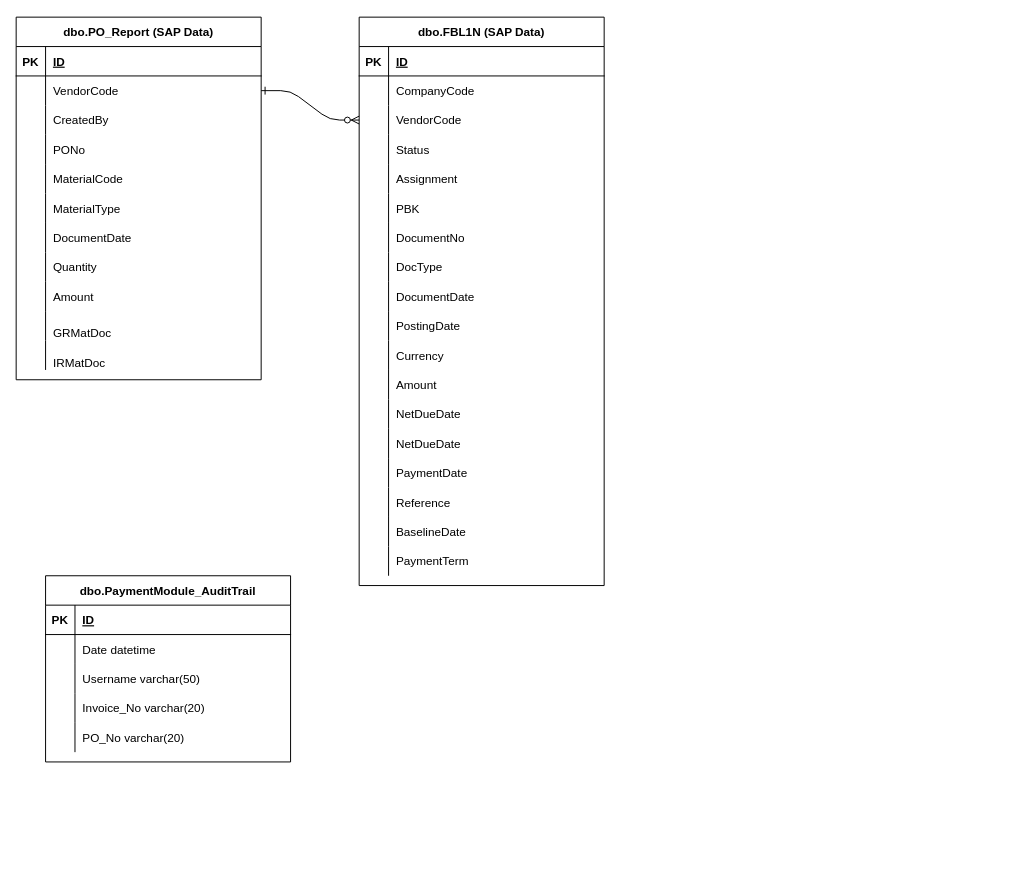
Earlier version of the draw.io diagram Untitled Diagram.drawio (Royet07/Ajax-CRUD-Snippet). Source tidied: cells renumbered, new cells numbered last; positions are measured from the earlier drawing's top-left corner, leaving out a move shared by most shapes. Both pictures are drawn from the tidied source at 98%, with x=0, y=0 at pixel (16, 17).
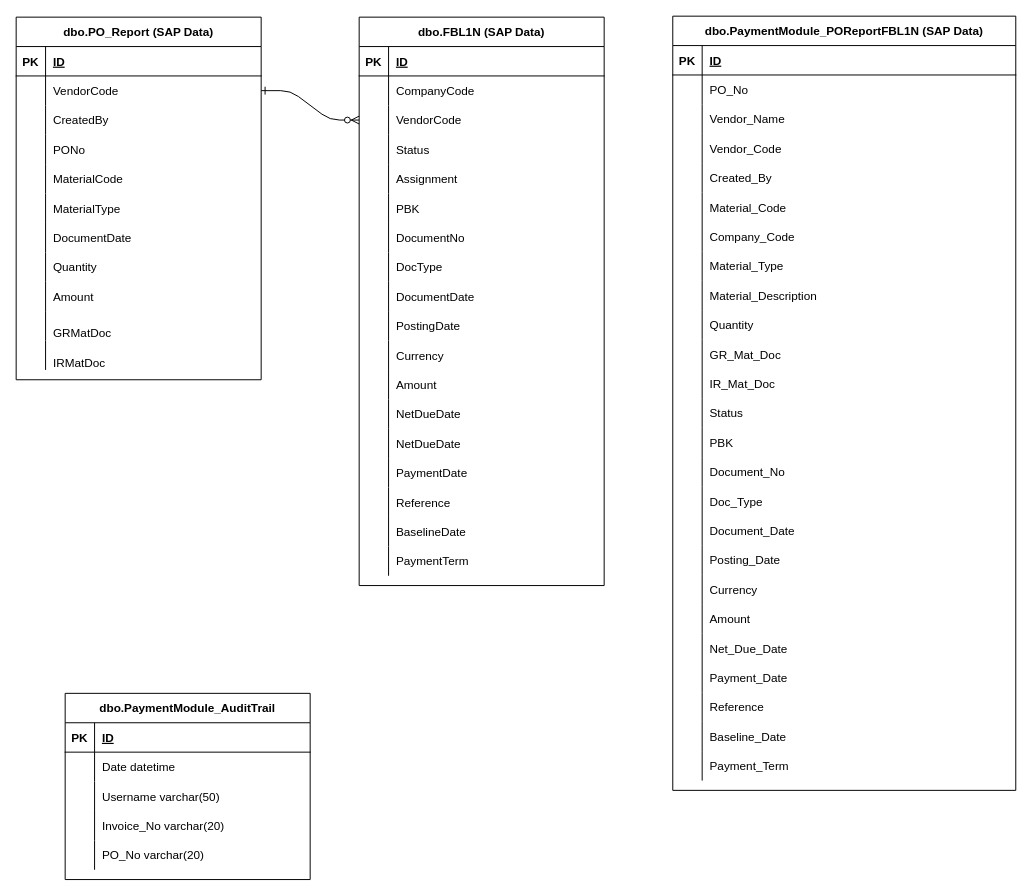
Above is the later version.

What changed in the source:
```diff
@@
     <mxCell id="2" value="dbo.PaymentModule_AuditTrail" style="shape=table;startSize=30;childLayout=tableLayout;rowLines=0;fontStyle=1;align=center;" parent="1" vertex="1">
-      <mxGeometry x="30" y="570" width="250" height="190" as="geometry" />
+      <mxGeometry x="50" y="690" width="250" height="190" as="geometry" />
     </mxCell>
@@
+    <mxCell id="108" value="dbo.PaymentModule_POReportFBL1N (SAP Data)" style="shape=table;startSize=30;childLayout=tableLayout;rowLines=0;fontStyle=1;align=center;" parent="1" vertex="1">
+      <mxGeometry x="670" y="-1" width="350" height="790" as="geometry" />
+    </mxCell>
+    <mxCell id="109" style="shape=partialRectangle;fillColor=none;top=0;left=0;right=0;bottom=1;" parent="108" vertex="1">
+      <mxGeometry y="30" width="350" height="30" as="geometry" />
+    </mxCell>
+    <mxCell id="110" value="PK" style="shape=partialRectangle;overflow=hidden;fillColor=none;top=0;left=0;bottom=0;right=0;fontStyle=1;" parent="109" vertex="1">
+      <mxGeometry width="30" height="30" as="geometry" />
+    </mxCell>
+    <mxCell id="111" value="ID" style="shape=partialRectangle;overflow=hidden;fillColor=none;top=0;left=0;bottom=0;right=0;align=left;spacingLeft=6;fontStyle=5;" parent="109" vertex="1">
+      <mxGeometry x="30" width="320" height="30" as="geometry" />
+    </mxCell>
+    <mxCell id="112" style="shape=partialRectangle;fillColor=none;top=0;left=0;right=0;bottom=0;" parent="108" vertex="1">
+      <mxGeometry y="60" width="350" height="30" as="geometry" />
+    </mxCell>
+    <mxCell id="113" style="shape=partialRectangle;overflow=hidden;fillColor=none;top=0;left=0;bottom=0;right=0;" parent="112" vertex="1">
+      <mxGeometry width="30" height="30" as="geometry" />
+    </mxCell>
+    <mxCell id="114" value="PO_No" style="shape=partialRectangle;overflow=hidden;fillColor=none;top=0;left=0;bottom=0;right=0;align=left;spacingLeft=6;" parent="112" vertex="1">
+      <mxGeometry x="30" width="320" height="30" as="geometry" />
+    </mxCell>
+    <mxCell id="115" style="shape=partialRectangle;fillColor=none;top=0;left=0;right=0;bottom=0;" parent="108" vertex="1">
+      <mxGeometry y="90" width="350" height="30" as="geometry" />
+    </mxCell>
+    <mxCell id="116" style="shape=partialRectangle;overflow=hidden;fillColor=none;top=0;left=0;bottom=0;right=0;" parent="115" vertex="1">
+      <mxGeometry width="30" height="30" as="geometry" />
+    </mxCell>
+    <mxCell id="117" value="Vendor_Name" style="shape=partialRectangle;overflow=hidden;fillColor=none;top=0;left=0;bottom=0;right=0;align=left;spacingLeft=6;" parent="115" vertex="1">
+      <mxGeometry x="30" width="320" height="30" as="geometry" />
+    </mxCell>
+    <mxCell id="118" style="shape=partialRectangle;fillColor=none;top=0;left=0;right=0;bottom=0;" parent="108" vertex="1">
+      <mxGeometry y="120" width="350" height="30" as="geometry" />
+    </mxCell>
+    <mxCell id="119" style="shape=partialRectangle;overflow=hidden;fillColor=none;top=0;left=0;bottom=0;right=0;" parent="118" vertex="1">
+      <mxGeometry width="30" height="30" as="geometry" />
+    </mxCell>
+    <mxCell id="120" value="Vendor_Code" style="shape=partialRectangle;overflow=hidden;fillColor=none;top=0;left=0;bottom=0;right=0;align=left;spacingLeft=6;" parent="118" vertex="1">
+      <mxGeometry x="30" width="320" height="30" as="geometry" />
+    </mxCell>
+    <mxCell id="121" style="shape=partialRectangle;fillColor=none;top=0;left=0;right=0;bottom=0;" parent="108" vertex="1">
+      <mxGeometry y="150" width="350" height="30" as="geometry" />
+    </mxCell>
+    <mxCell id="122" style="shape=partialRectangle;overflow=hidden;fillColor=none;top=0;left=0;bottom=0;right=0;" parent="121" vertex="1">
+      <mxGeometry width="30" height="30" as="geometry" />
+    </mxCell>
+    <mxCell id="123" value="Created_By" style="shape=partialRectangle;overflow=hidden;fillColor=none;top=0;left=0;bottom=0;right=0;align=left;spacingLeft=6;" parent="121" vertex="1">
+      <mxGeometry x="30" width="320" height="30" as="geometry" />
+    </mxCell>
+    <mxCell id="124" style="shape=partialRectangle;fillColor=none;top=0;left=0;right=0;bottom=0;" parent="108" vertex="1">
+      <mxGeometry y="180" width="350" height="30" as="geometry" />
+    </mxCell>
+    <mxCell id="125" style="shape=partialRectangle;overflow=hidden;fillColor=none;top=0;left=0;bottom=0;right=0;" parent="124" vertex="1">
+      <mxGeometry width="30" height="30" as="geometry" />
+    </mxCell>
+    <mxCell id="126" value="Material_Code" style="shape=partialRectangle;overflow=hidden;fillColor=none;top=0;left=0;bottom=0;right=0;align=left;spacingLeft=6;" parent="124" vertex="1">
+      <mxGeometry x="30" width="320" height="30" as="geometry" />
+    </mxCell>
+    <mxCell id="127" style="shape=partialRectangle;fillColor=none;top=0;left=0;right=0;bottom=0;" parent="108" vertex="1">
+      <mxGeometry y="210" width="350" height="30" as="geometry" />
+    </mxCell>
+    <mxCell id="128" style="shape=partialRectangle;overflow=hidden;fillColor=none;top=0;left=0;bottom=0;right=0;" parent="127" vertex="1">
+      <mxGeometry width="30" height="30" as="geometry" />
+    </mxCell>
+    <mxCell id="129" value="Company_Code" style="shape=partialRectangle;overflow=hidden;fillColor=none;top=0;left=0;bottom=0;right=0;align=left;spacingLeft=6;" parent="127" vertex="1">
+      <mxGeometry x="30" width="320" height="30" as="geometry" />
+    </mxCell>
+    <mxCell id="130" style="shape=partialRectangle;fillColor=none;top=0;left=0;right=0;bottom=0;" parent="108" vertex="1">
+      <mxGeometry y="240" width="350" height="30" as="geometry" />
+    </mxCell>
+    <mxCell id="131" style="shape=partialRectangle;overflow=hidden;fillColor=none;top=0;left=0;bottom=0;right=0;" parent="130" vertex="1">
+      <mxGeometry width="30" height="30" as="geometry" />
+    </mxCell>
+    <mxCell id="132" value="Material_Type" style="shape=partialRectangle;overflow=hidden;fillColor=none;top=0;left=0;bottom=0;right=0;align=left;spacingLeft=6;" parent="130" vertex="1">
+      <mxGeometry x="30" width="320" height="30" as="geometry" />
+    </mxCell>
+    <mxCell id="133" style="shape=partialRectangle;fillColor=none;top=0;left=0;right=0;bottom=0;" parent="108" vertex="1">
+      <mxGeometry y="270" width="350" height="30" as="geometry" />
+    </mxCell>
+    <mxCell id="134" style="shape=partialRectangle;overflow=hidden;fillColor=none;top=0;left=0;bottom=0;right=0;" parent="133" vertex="1">
+      <mxGeometry width="30" height="30" as="geometry" />
+    </mxCell>
+    <mxCell id="135" value="Material_Description" style="shape=partialRectangle;overflow=hidden;fillColor=none;top=0;left=0;bottom=0;right=0;align=left;spacingLeft=6;" parent="133" vertex="1">
+      <mxGeometry x="30" width="320" height="30" as="geometry" />
+    </mxCell>
+    <mxCell id="136" style="shape=partialRectangle;fillColor=none;top=0;left=0;right=0;bottom=0;" parent="108" vertex="1">
+      <mxGeometry y="300" width="350" height="30" as="geometry" />
+    </mxCell>
+    <mxCell id="137" style="shape=partialRectangle;overflow=hidden;fillColor=none;top=0;left=0;bottom=0;right=0;" parent="136" vertex="1">
+      <mxGeometry width="30" height="30" as="geometry" />
+    </mxCell>
+    <mxCell id="138" value="Quantity" style="shape=partialRectangle;overflow=hidden;fillColor=none;top=0;left=0;bottom=0;right=0;align=left;spacingLeft=6;" parent="136" vertex="1">
+      <mxGeometry x="30" width="320" height="30" as="geometry" />
+    </mxCell>
+    <mxCell id="139" style="shape=partialRectangle;fillColor=none;top=0;left=0;right=0;bottom=0;" parent="108" vertex="1">
+      <mxGeometry y="330" width="350" height="30" as="geometry" />
+    </mxCell>
+    <mxCell id="140" style="shape=partialRectangle;overflow=hidden;fillColor=none;top=0;left=0;bottom=0;right=0;" parent="139" vertex="1">
+      <mxGeometry width="30" height="30" as="geometry" />
+    </mxCell>
+    <mxCell id="141" value="GR_Mat_Doc" style="shape=partialRectangle;overflow=hidden;fillColor=none;top=0;left=0;bottom=0;right=0;align=left;spacingLeft=6;" parent="139" vertex="1">
+      <mxGeometry x="30" width="320" height="30" as="geometry" />
+    </mxCell>
+    <mxCell id="142" style="shape=partialRectangle;fillColor=none;top=0;left=0;right=0;bottom=0;" parent="108" vertex="1">
+      <mxGeometry y="360" width="350" height="30" as="geometry" />
+    </mxCell>
+    <mxCell id="143" style="shape=partialRectangle;overflow=hidden;fillColor=none;top=0;left=0;bottom=0;right=0;" parent="142" vertex="1">
+      <mxGeometry width="30" height="30" as="geometry" />
+    </mxCell>
+    <mxCell id="144" value="IR_Mat_Doc" style="shape=partialRectangle;overflow=hidden;fillColor=none;top=0;left=0;bottom=0;right=0;align=left;spacingLeft=6;" parent="142" vertex="1">
+      <mxGeometry x="30" width="320" height="30" as="geometry" />
+    </mxCell>
+    <mxCell id="145" style="shape=partialRectangle;fillColor=none;top=0;left=0;right=0;bottom=0;" parent="108" vertex="1">
+      <mxGeometry y="390" width="350" height="30" as="geometry" />
+    </mxCell>
+    <mxCell id="146" style="shape=partialRectangle;overflow=hidden;fillColor=none;top=0;left=0;bottom=0;right=0;" parent="145" vertex="1">
+      <mxGeometry width="30" height="30" as="geometry" />
+    </mxCell>
+    <mxCell id="147" value="Status" style="shape=partialRectangle;overflow=hidden;fillColor=none;top=0;left=0;bottom=0;right=0;align=left;spacingLeft=6;" parent="145" vertex="1">
+      <mxGeometry x="30" width="320" height="30" as="geometry" />
+    </mxCell>
+    <mxCell id="148" style="shape=partialRectangle;fillColor=none;top=0;left=0;right=0;bottom=0;" parent="108" vertex="1">
+      <mxGeometry y="420" width="350" height="30" as="geometry" />
+    </mxCell>
+    <mxCell id="149" style="shape=partialRectangle;overflow=hidden;fillColor=none;top=0;left=0;bottom=0;right=0;" parent="148" vertex="1">
+      <mxGeometry width="30" height="30" as="geometry" />
+    </mxCell>
+    <mxCell id="150" value="PBK" style="shape=partialRectangle;overflow=hidden;fillColor=none;top=0;left=0;bottom=0;right=0;align=left;spacingLeft=6;" parent="148" vertex="1">
+      <mxGeometry x="30" width="320" height="30" as="geometry" />
+    </mxCell>
+    <mxCell id="151" style="shape=partialRectangle;fillColor=none;top=0;left=0;right=0;bottom=0;" parent="108" vertex="1">
+      <mxGeometry y="450" width="350" height="30" as="geometry" />
+    </mxCell>
+    <mxCell id="152" style="shape=partialRectangle;overflow=hidden;fillColor=none;top=0;left=0;bottom=0;right=0;" parent="151" vertex="1">
+      <mxGeometry width="30" height="30" as="geometry" />
+    </mxCell>
+    <mxCell id="153" value="Document_No" style="shape=partialRectangle;overflow=hidden;fillColor=none;top=0;left=0;bottom=0;right=0;align=left;spacingLeft=6;" parent="151" vertex="1">
+      <mxGeometry x="30" width="320" height="30" as="geometry" />
+    </mxCell>
+    <mxCell id="154" style="shape=partialRectangle;fillColor=none;top=0;left=0;right=0;bottom=0;" parent="108" vertex="1">
+      <mxGeometry y="480" width="350" height="30" as="geometry" />
+    </mxCell>
+    <mxCell id="155" style="shape=partialRectangle;overflow=hidden;fillColor=none;top=0;left=0;bottom=0;right=0;" parent="154" vertex="1">
+      <mxGeometry width="30" height="30" as="geometry" />
+    </mxCell>
+    <mxCell id="156" value="Doc_Type" style="shape=partialRectangle;overflow=hidden;fillColor=none;top=0;left=0;bottom=0;right=0;align=left;spacingLeft=6;" parent="154" vertex="1">
+      <mxGeometry x="30" width="320" height="30" as="geometry" />
+    </mxCell>
+    <mxCell id="157" style="shape=partialRectangle;fillColor=none;top=0;left=0;right=0;bottom=0;" parent="108" vertex="1">
+      <mxGeometry y="510" width="350" height="30" as="geometry" />
+    </mxCell>
+    <mxCell id="158" style="shape=partialRectangle;overflow=hidden;fillColor=none;top=0;left=0;bottom=0;right=0;" parent="157" vertex="1">
+      <mxGeometry width="30" height="30" as="geometry" />
+    </mxCell>
+    <mxCell id="159" value="Document_Date" style="shape=partialRectangle;overflow=hidden;fillColor=none;top=0;left=0;bottom=0;right=0;align=left;spacingLeft=6;" parent="157" vertex="1">
+      <mxGeometry x="30" width="320" height="30" as="geometry" />
+    </mxCell>
+    <mxCell id="160" style="shape=partialRectangle;fillColor=none;top=0;left=0;right=0;bottom=0;" parent="108" vertex="1">
+      <mxGeometry y="540" width="350" height="30" as="geometry" />
+    </mxCell>
+    <mxCell id="161" style="shape=partialRectangle;overflow=hidden;fillColor=none;top=0;left=0;bottom=0;right=0;" parent="160" vertex="1">
+      <mxGeometry width="30" height="30" as="geometry" />
+    </mxCell>
+    <mxCell id="162" value="Posting_Date" style="shape=partialRectangle;overflow=hidden;fillColor=none;top=0;left=0;bottom=0;right=0;align=left;spacingLeft=6;" parent="160" vertex="1">
+      <mxGeometry x="30" width="320" height="30" as="geometry" />
+    </mxCell>
+    <mxCell id="163" style="shape=partialRectangle;fillColor=none;top=0;left=0;right=0;bottom=0;" parent="108" vertex="1">
+      <mxGeometry y="570" width="350" height="30" as="geometry" />
+    </mxCell>
+    <mxCell id="164" style="shape=partialRectangle;overflow=hidden;fillColor=none;top=0;left=0;bottom=0;right=0;" parent="163" vertex="1">
+      <mxGeometry width="30" height="30" as="geometry" />
+    </mxCell>
+    <mxCell id="165" value="Currency" style="shape=partialRectangle;overflow=hidden;fillColor=none;top=0;left=0;bottom=0;right=0;align=left;spacingLeft=6;" parent="163" vertex="1">
+      <mxGeometry x="30" width="320" height="30" as="geometry" />
+    </mxCell>
+    <mxCell id="166" style="shape=partialRectangle;fillColor=none;top=0;left=0;right=0;bottom=0;" parent="108" vertex="1">
+      <mxGeometry y="600" width="350" height="30" as="geometry" />
+    </mxCell>
+    <mxCell id="167" style="shape=partialRectangle;overflow=hidden;fillColor=none;top=0;left=0;bottom=0;right=0;" parent="166" vertex="1">
+      <mxGeometry width="30" height="30" as="geometry" />
+    </mxCell>
+    <mxCell id="168" value="Amount" style="shape=partialRectangle;overflow=hidden;fillColor=none;top=0;left=0;bottom=0;right=0;align=left;spacingLeft=6;" parent="166" vertex="1">
+      <mxGeometry x="30" width="320" height="30" as="geometry" />
+    </mxCell>
+    <mxCell id="169" style="shape=partialRectangle;fillColor=none;top=0;left=0;right=0;bottom=0;" parent="108" vertex="1">
+      <mxGeometry y="630" width="350" height="30" as="geometry" />
+    </mxCell>
+    <mxCell id="170" style="shape=partialRectangle;overflow=hidden;fillColor=none;top=0;left=0;bottom=0;right=0;" parent="169" vertex="1">
+      <mxGeometry width="30" height="30" as="geometry" />
+    </mxCell>
+    <mxCell id="171" value="Net_Due_Date" style="shape=partialRectangle;overflow=hidden;fillColor=none;top=0;left=0;bottom=0;right=0;align=left;spacingLeft=6;" parent="169" vertex="1">
+      <mxGeometry x="30" width="320" height="30" as="geometry" />
+    </mxCell>
+    <mxCell id="172" style="shape=partialRectangle;fillColor=none;top=0;left=0;right=0;bottom=0;" parent="108" vertex="1">
+      <mxGeometry y="660" width="350" height="30" as="geometry" />
+    </mxCell>
+    <mxCell id="173" style="shape=partialRectangle;overflow=hidden;fillColor=none;top=0;left=0;bottom=0;right=0;" parent="172" vertex="1">
+      <mxGeometry width="30" height="30" as="geometry" />
+    </mxCell>
+    <mxCell id="174" value="Payment_Date" style="shape=partialRectangle;overflow=hidden;fillColor=none;top=0;left=0;bottom=0;right=0;align=left;spacingLeft=6;" parent="172" vertex="1">
+      <mxGeometry x="30" width="320" height="30" as="geometry" />
+    </mxCell>
+    <mxCell id="175" style="shape=partialRectangle;fillColor=none;top=0;left=0;right=0;bottom=0;" parent="108" vertex="1">
+      <mxGeometry y="690" width="350" height="30" as="geometry" />
+    </mxCell>
+    <mxCell id="176" style="shape=partialRectangle;overflow=hidden;fillColor=none;top=0;left=0;bottom=0;right=0;" parent="175" vertex="1">
+      <mxGeometry width="30" height="30" as="geometry" />
+    </mxCell>
+    <mxCell id="177" value="Reference" style="shape=partialRectangle;overflow=hidden;fillColor=none;top=0;left=0;bottom=0;right=0;align=left;spacingLeft=6;" parent="175" vertex="1">
+      <mxGeometry x="30" width="320" height="30" as="geometry" />
+    </mxCell>
+    <mxCell id="178" style="shape=partialRectangle;fillColor=none;top=0;left=0;right=0;bottom=0;" parent="108" vertex="1">
+      <mxGeometry y="720" width="350" height="30" as="geometry" />
+    </mxCell>
+    <mxCell id="179" style="shape=partialRectangle;overflow=hidden;fillColor=none;top=0;left=0;bottom=0;right=0;" parent="178" vertex="1">
+      <mxGeometry width="30" height="30" as="geometry" />
+    </mxCell>
+    <mxCell id="180" value="Baseline_Date" style="shape=partialRectangle;overflow=hidden;fillColor=none;top=0;left=0;bottom=0;right=0;align=left;spacingLeft=6;" parent="178" vertex="1">
+      <mxGeometry x="30" width="320" height="30" as="geometry" />
+    </mxCell>
+    <mxCell id="181" style="shape=partialRectangle;fillColor=none;top=0;left=0;right=0;bottom=0;" parent="108" vertex="1">
+      <mxGeometry y="750" width="350" height="30" as="geometry" />
+    </mxCell>
+    <mxCell id="182" style="shape=partialRectangle;overflow=hidden;fillColor=none;top=0;left=0;bottom=0;right=0;" parent="181" vertex="1">
+      <mxGeometry width="30" height="30" as="geometry" />
+    </mxCell>
+    <mxCell id="183" value="Payment_Term" style="shape=partialRectangle;overflow=hidden;fillColor=none;top=0;left=0;bottom=0;right=0;align=left;spacingLeft=6;" parent="181" vertex="1">
+      <mxGeometry x="30" width="320" height="30" as="geometry" />
+    </mxCell>
```
